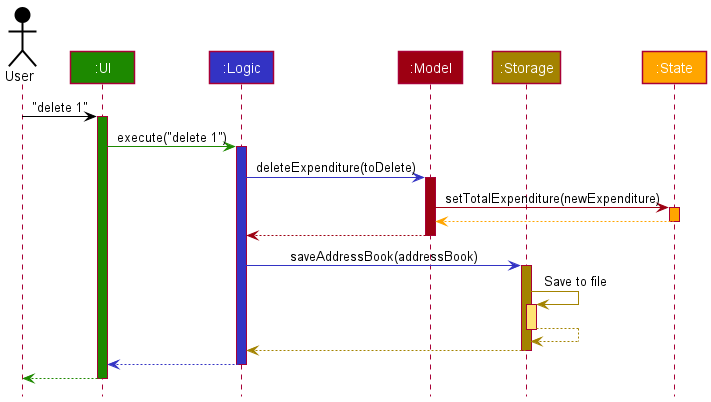
The PlantUML diagram docs/images/ArchitectureSequenceDiagram.png in yu-ming-chen/tp, before a commit. The source it was exported from:
```plantuml
@startuml
!include style.puml

Actor User as user USER_COLOR
Participant ":UI" as ui UI_COLOR
Participant ":Logic" as logic LOGIC_COLOR
Participant ":Model" as model MODEL_COLOR
Participant ":Storage" as storage STORAGE_COLOR
Participant ":State" as state #Orange

user -[USER_COLOR]> ui : "delete 1"
activate ui UI_COLOR

ui -[UI_COLOR]> logic : execute("delete 1")
activate logic LOGIC_COLOR

logic -[LOGIC_COLOR]> model : deleteExpenditure(toDelete)
activate model MODEL_COLOR

model -[MODEL_COLOR]> state : setTotalExpenditure(newExpenditure)
activate state #Orange
state -[#Orange]-> model
deactivate state

model -[MODEL_COLOR]-> logic
deactivate model

logic -[LOGIC_COLOR]> storage : saveAddressBook(addressBook)
activate storage STORAGE_COLOR

storage -[STORAGE_COLOR]> storage : Save to file
activate storage STORAGE_COLOR_T1
storage --[STORAGE_COLOR]> storage
deactivate storage

storage --[STORAGE_COLOR]> logic
deactivate storage

logic --[LOGIC_COLOR]> ui
deactivate logic

ui--[UI_COLOR]> user
deactivate ui
@enduml
```
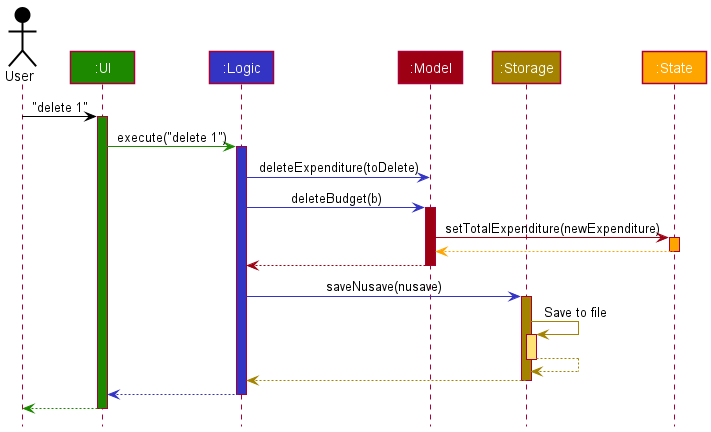
After the commit.

Commit message:
Fix architecture diagram

What changed in the source:
```diff
@@ -15,6 +15,7 @@
 activate logic LOGIC_COLOR
 
 logic -[LOGIC_COLOR]> model : deleteExpenditure(toDelete)
+logic -[LOGIC_COLOR]> model : deleteBudget(b)
 activate model MODEL_COLOR
 
 model -[MODEL_COLOR]> state : setTotalExpenditure(newExpenditure)
@@ -25,7 +26,7 @@
 model -[MODEL_COLOR]-> logic
 deactivate model
 
-logic -[LOGIC_COLOR]> storage : saveAddressBook(addressBook)
+logic -[LOGIC_COLOR]> storage : saveNusave(nusave)
 activate storage STORAGE_COLOR
 
 storage -[STORAGE_COLOR]> storage : Save to file
```
